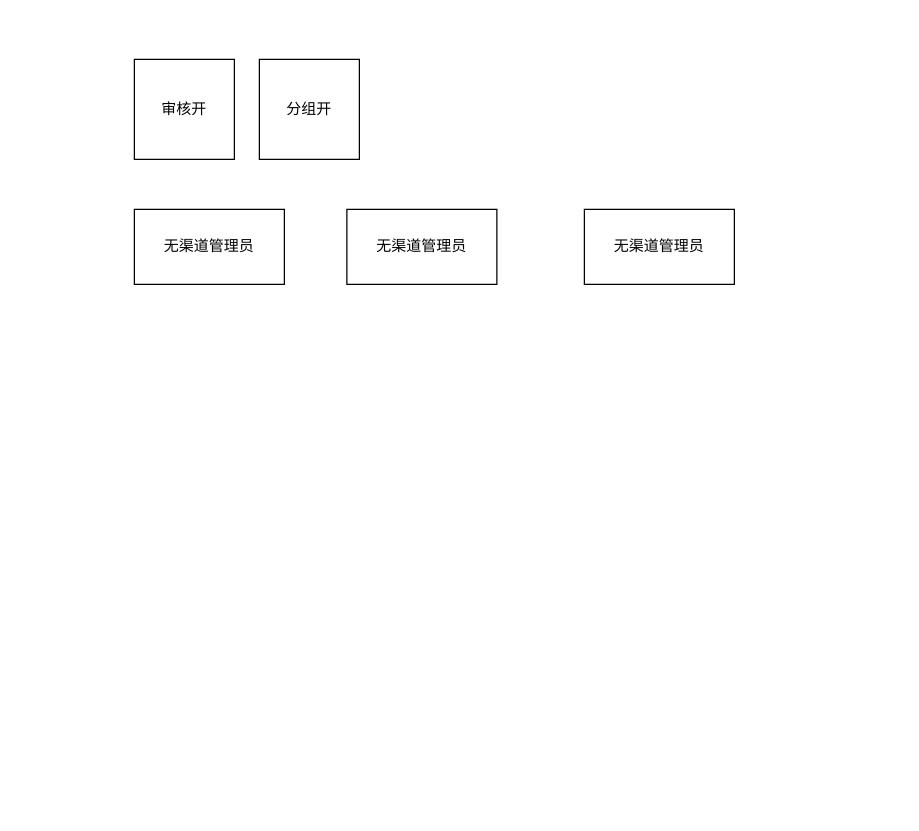
Earlier version of the draw.io diagram 未命名绘图.drawio (mark0758/ajax). Source tidied: cells renumbered, new cells numbered last; positions are measured from the earlier drawing's top-left corner, leaving out a move shared by most shapes. Both pictures are drawn from the tidied source at 125%, with x=0, y=0 at pixel (134, 59).
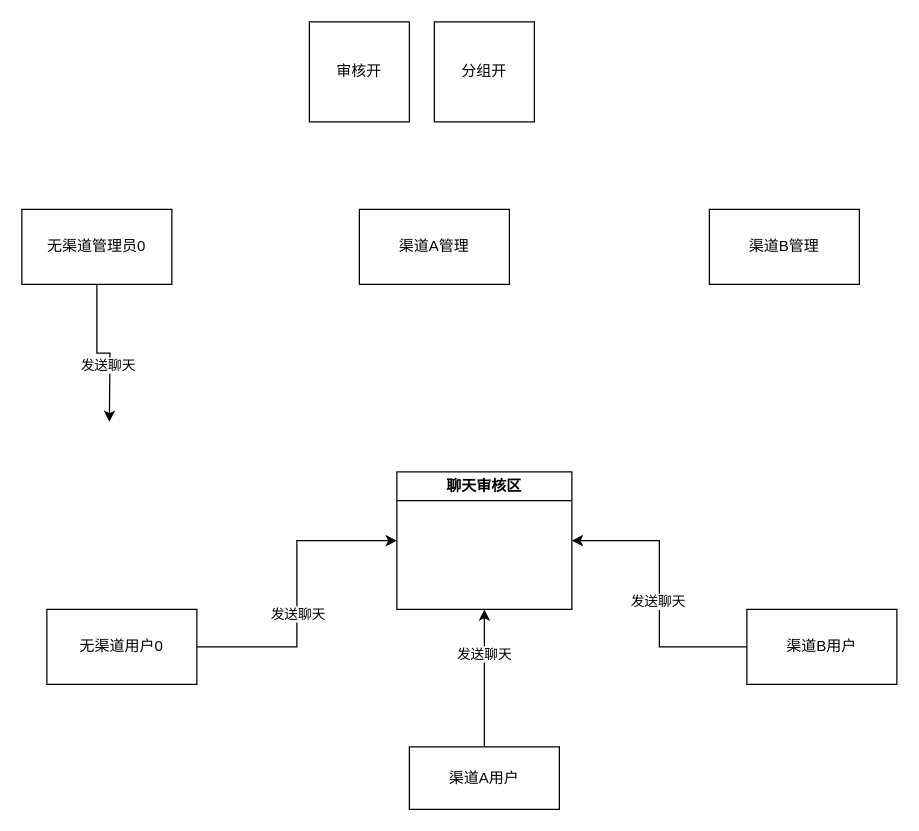
After the change.

Commit message:
更新未命名绘图.drawio

Diff of the diagram source:
```diff
@@
 <mxGraphModel>
   <root>
     <mxCell id="0" />
     <mxCell id="1" parent="0" />
     <mxCell id="2" value="审核开" style="whiteSpace=wrap;html=1;" parent="1" vertex="1">
-      <mxGeometry width="80" height="80" as="geometry" />
+      <mxGeometry x="140" y="-30" width="80" height="80" as="geometry" />
     </mxCell>
     <mxCell id="3" value="分组开" style="whiteSpace=wrap;html=1;" parent="1" vertex="1">
-      <mxGeometry x="100" width="80" height="80" as="geometry" />
+      <mxGeometry x="240" y="-30" width="80" height="80" as="geometry" />
     </mxCell>
+    <mxCell id="7" style="edgeStyle=orthogonalEdgeStyle;rounded=0;jettySize=auto;html=1;" parent="1" edge="1" source="4">
+      <mxGeometry relative="1" as="geometry">
+        <mxPoint x="-20" y="290" as="targetPoint" />
+      </mxGeometry>
+    </mxCell>
+    <mxCell id="8" value="发送聊天" style="edgeLabel;html=1;align=center;verticalAlign=middle;" parent="7" vertex="1">
+      <mxGeometry x="0.25" y="-2" relative="1" as="geometry" />
+    </mxCell>
-    <mxCell id="4" value="无渠道管理员" style="rounded=0;whiteSpace=wrap;html=1;" parent="1" vertex="1">
-      <mxGeometry y="120" width="120" height="60" as="geometry" />
+    <mxCell id="4" value="无渠道管理员0" style="rounded=0;whiteSpace=wrap;html=1;" parent="1" vertex="1">
+      <mxGeometry x="-90" y="120" width="120" height="60" as="geometry" />
     </mxCell>
-    <mxCell id="5" value="无渠道管理员" style="rounded=0;whiteSpace=wrap;html=1;" parent="1" vertex="1">
-      <mxGeometry x="170" y="120" width="120" height="60" as="geometry" />
+    <mxCell id="5" value="渠道A管理" style="rounded=0;whiteSpace=wrap;html=1;" parent="1" vertex="1">
+      <mxGeometry x="180" y="120" width="120" height="60" as="geometry" />
     </mxCell>
-    <mxCell id="6" value="无渠道管理员" style="rounded=0;whiteSpace=wrap;html=1;" parent="1" vertex="1">
-      <mxGeometry x="360" y="120" width="120" height="60" as="geometry" />
+    <mxCell id="6" value="渠道B管理" style="rounded=0;whiteSpace=wrap;html=1;" parent="1" vertex="1">
+      <mxGeometry x="460" y="120" width="120" height="60" as="geometry" />
     </mxCell>
+    <mxCell id="9" style="edgeStyle=orthogonalEdgeStyle;rounded=0;jettySize=auto;html=1;entryX=0;entryY=0.5;entryDx=0;entryDy=0;" parent="1" edge="1" source="11" target="18">
+      <mxGeometry relative="1" as="geometry" />
+    </mxCell>
+    <mxCell id="10" value="发送聊天" style="edgeLabel;html=1;align=center;verticalAlign=middle;" parent="9" vertex="1">
+      <mxGeometry x="-0.13" relative="1" as="geometry" />
+    </mxCell>
+    <mxCell id="11" value="无渠道用户0" style="rounded=0;whiteSpace=wrap;html=1;" parent="1" vertex="1">
+      <mxGeometry x="-70" y="440" width="120" height="60" as="geometry" />
+    </mxCell>
+    <mxCell id="12" style="edgeStyle=orthogonalEdgeStyle;rounded=0;jettySize=auto;html=1;exitX=0.5;exitY=0;exitDx=0;exitDy=0;entryX=0.5;entryY=1;entryDx=0;entryDy=0;" parent="1" edge="1" source="14" target="18">
+      <mxGeometry relative="1" as="geometry" />
+    </mxCell>
+    <mxCell id="13" value="发送聊天" style="edgeLabel;html=1;align=center;verticalAlign=middle;" parent="12" vertex="1">
+      <mxGeometry x="0.37" y="1" relative="1" as="geometry" />
+    </mxCell>
+    <mxCell id="14" value="渠道A用户" style="rounded=0;whiteSpace=wrap;html=1;" parent="1" vertex="1">
+      <mxGeometry x="220" y="550" width="120" height="50" as="geometry" />
+    </mxCell>
+    <mxCell id="15" style="edgeStyle=orthogonalEdgeStyle;rounded=0;jettySize=auto;html=1;entryX=1;entryY=0.5;entryDx=0;entryDy=0;" parent="1" edge="1" source="17" target="18">
+      <mxGeometry relative="1" as="geometry" />
+    </mxCell>
+    <mxCell id="16" value="发送聊天" style="edgeLabel;html=1;align=center;verticalAlign=middle;" parent="15" vertex="1">
+      <mxGeometry x="-0.05" y="2" relative="1" as="geometry" />
+    </mxCell>
+    <mxCell id="17" value="渠道B用户" style="rounded=0;whiteSpace=wrap;html=1;" parent="1" vertex="1">
+      <mxGeometry x="490" y="440" width="120" height="60" as="geometry" />
+    </mxCell>
+    <mxCell id="18" value="聊天审核区" style="swimlane;whiteSpace=wrap;html=1;" parent="1" vertex="1">
+      <mxGeometry x="210" y="330" width="140" height="110" as="geometry" />
+    </mxCell>
   </root>
 </mxGraphModel>
```
